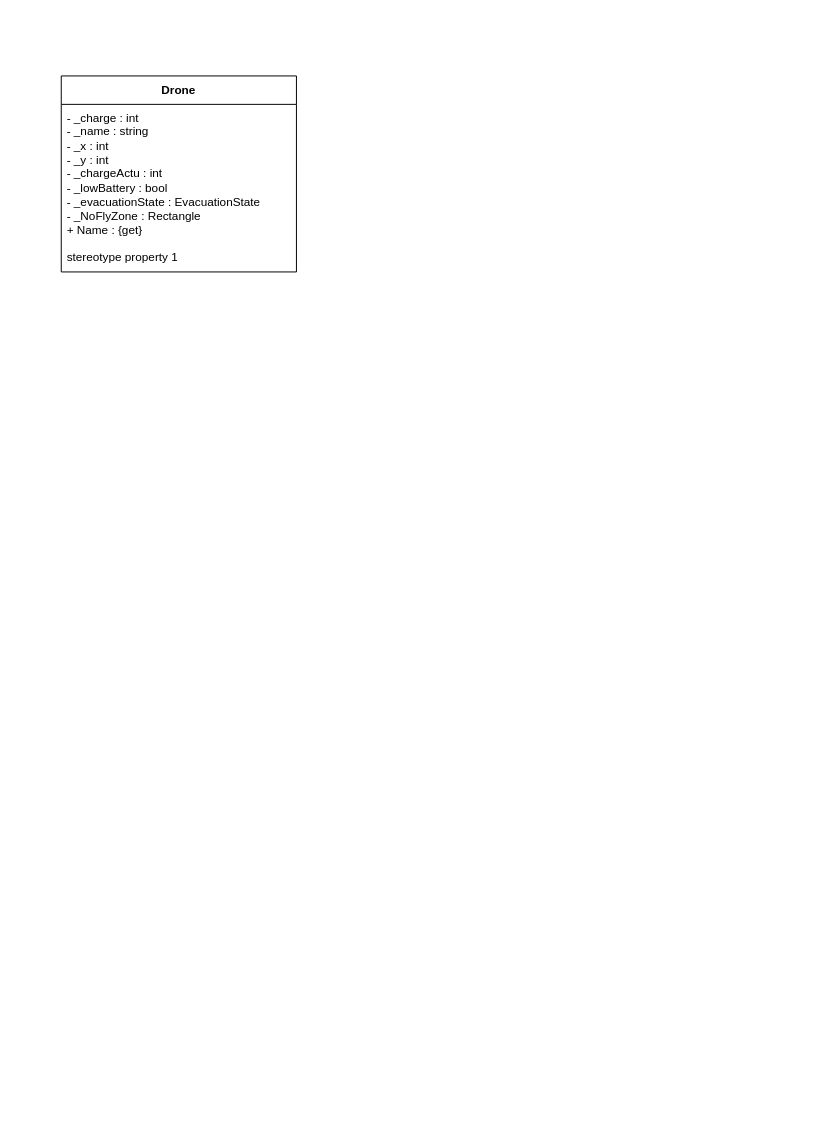
This is Personnel/Diagramme/DiagrammeDrones.drawio from EthanRotzette/320-POO, a draw.io file, before an edit. Source tidied: cells renumbered, new cells numbered last; positions are measured from the earlier drawing's top-left corner, leaving out a move shared by most shapes. Both pictures are drawn from the tidied source at 98%, with x=0, y=0 at pixel (61, 75).
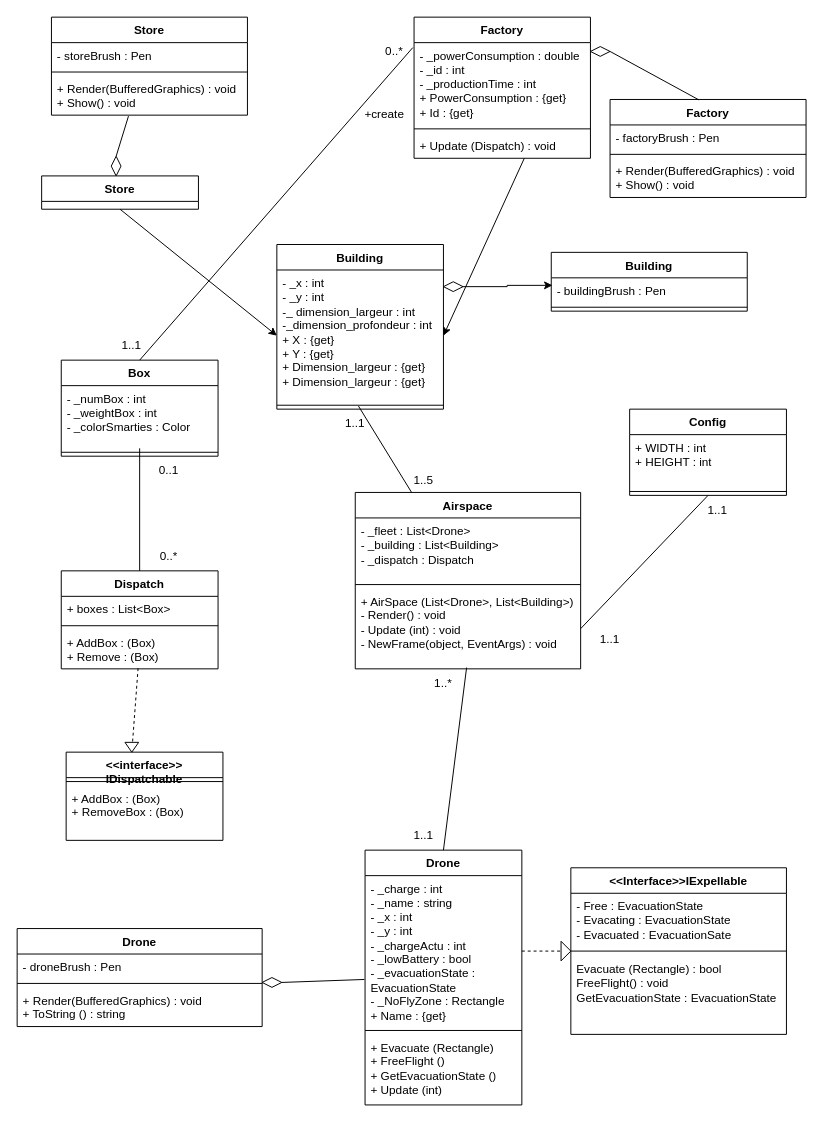
Above is the later version.

The edit, as a diff of the source:
```diff
@@
-    <mxCell id="2" value="Drone" style="swimlane;fontStyle=1;align=center;verticalAlign=middle;horizontal=1;startSize=29;html=1;whiteSpace=wrap;" parent="1" vertex="1">
-      <mxGeometry width="240" height="200" as="geometry" />
-    </mxCell>
+    <mxCell id="5" value="Box" style="swimlane;fontStyle=1;align=center;verticalAlign=top;horizontal=1;startSize=26;whiteSpace=wrap;html=1;" parent="1" vertex="1">
+      <mxGeometry y="290" width="160" height="98" as="geometry" />
+    </mxCell>
+    <mxCell id="6" value="- _numBox : int&lt;div&gt;- _weightBox : int&lt;/div&gt;&lt;div&gt;- _colorSmarties : Color&lt;/div&gt;" style="text;strokeColor=none;fillColor=none;align=left;verticalAlign=top;spacingLeft=4;spacingRight=4;overflow=hidden;whiteSpace=wrap;html=1;" parent="5" vertex="1">
+      <mxGeometry y="26" width="160" height="64" as="geometry" />
+    </mxCell>
+    <mxCell id="7" style="line;strokeWidth=1;fillColor=none;align=left;verticalAlign=middle;spacingTop=-1;spacingLeft=3;spacingRight=3;labelPosition=right;points=[];portConstraint=eastwest;strokeColor=inherit;" parent="5" vertex="1">
+      <mxGeometry y="90" width="160" height="8" as="geometry" />
+    </mxCell>
+    <mxCell id="8" value="Drone&lt;div&gt;&lt;br&gt;&lt;/div&gt;" style="swimlane;fontStyle=1;align=center;verticalAlign=top;horizontal=1;startSize=26;whiteSpace=wrap;html=1;" parent="1" vertex="1">
+      <mxGeometry x="310" y="790" width="160" height="260" as="geometry" />
+    </mxCell>
-    <mxCell id="3" value="- _charge : int&lt;div&gt;- _name : string&lt;/div&gt;&lt;div&gt;- _x : int&lt;/div&gt;&lt;div&gt;- _y : int&lt;/div&gt;&lt;div&gt;- _chargeActu : int&lt;/div&gt;&lt;div&gt;- _lowBattery : bool&lt;/div&gt;&lt;div&gt;- _evacuationState : EvacuationState&lt;/div&gt;&lt;div&gt;- _NoFlyZone : Rectangle&lt;/div&gt;&lt;div&gt;+ Name : {get}&lt;/div&gt;" style="text;html=1;strokeColor=none;fillColor=none;align=left;verticalAlign=middle;spacingLeft=4;spacingRight=4;overflow=hidden;points=[[0,0.5],[1,0.5]];portConstraint=eastwest;whiteSpace=wrap;" parent="2" vertex="1">
-      <mxGeometry y="29" width="240" height="141" as="geometry" />
+    <mxCell id="3" value="- _charge : int&lt;div&gt;- _name : string&lt;/div&gt;&lt;div&gt;- _x : int&lt;/div&gt;&lt;div&gt;- _y : int&lt;/div&gt;&lt;div&gt;- _chargeActu : int&lt;/div&gt;&lt;div&gt;- _lowBattery : bool&lt;/div&gt;&lt;div&gt;- _evacuationState : EvacuationState&lt;/div&gt;&lt;div&gt;- _NoFlyZone : Rectangle&lt;/div&gt;&lt;div&gt;+ Name : {get}&lt;/div&gt;" style="text;strokeColor=none;fillColor=none;align=left;verticalAlign=top;spacingLeft=4;spacingRight=4;overflow=hidden;points=[[0,0.5],[1,0.5]];portConstraint=eastwest;whiteSpace=wrap;html=1;" parent="8" vertex="1">
+      <mxGeometry y="26" width="160" height="154" as="geometry" />
     </mxCell>
-    <mxCell id="4" value="stereotype property 1" style="text;html=1;strokeColor=none;fillColor=none;align=left;verticalAlign=middle;spacingLeft=4;spacingRight=4;overflow=hidden;whiteSpace=wrap;" parent="2" vertex="1">
-      <mxGeometry y="170" width="240" height="30" as="geometry" />
-    </mxCell>
+    <mxCell id="9" style="line;strokeWidth=1;fillColor=none;align=left;verticalAlign=middle;spacingTop=-1;spacingLeft=3;spacingRight=3;labelPosition=right;strokeColor=inherit;" parent="8" vertex="1">
+      <mxGeometry y="180" width="160" height="8" as="geometry" />
+    </mxCell>
+    <mxCell id="10" value="+ Evacuate (Rectangle)&lt;div&gt;+ FreeFlight ()&lt;/div&gt;&lt;div&gt;+ GetEvacuationState ()&lt;/div&gt;&lt;div&gt;+ Update (int)&lt;/div&gt;" style="text;strokeColor=none;fillColor=none;align=left;verticalAlign=top;spacingLeft=4;spacingRight=4;overflow=hidden;whiteSpace=wrap;html=1;" parent="8" vertex="1">
+      <mxGeometry y="188" width="160" height="72" as="geometry" />
+    </mxCell>
+    <mxCell id="11" value="Building" style="swimlane;fontStyle=1;align=center;verticalAlign=top;horizontal=1;startSize=26;whiteSpace=wrap;html=1;" parent="1" vertex="1">
+      <mxGeometry x="220" y="172" width="170" height="168" as="geometry" />
+    </mxCell>
+    <mxCell id="12" value="- _x : int&lt;div&gt;- _y : int&lt;/div&gt;&lt;div&gt;-_ dimension_largeur : int&lt;/div&gt;&lt;div&gt;-_dimension_profondeur : int&lt;/div&gt;&lt;div&gt;+ X : {get}&lt;/div&gt;&lt;div&gt;+ Y : {get}&lt;/div&gt;&lt;div&gt;+ Dimension_largeur : {get}&lt;/div&gt;&lt;div&gt;+ Dimension_largeur : {get}&lt;/div&gt;" style="text;strokeColor=none;fillColor=none;align=left;verticalAlign=top;spacingLeft=4;spacingRight=4;overflow=hidden;points=[[0,0.5],[1,0.5]];portConstraint=eastwest;whiteSpace=wrap;html=1;" parent="11" vertex="1">
+      <mxGeometry y="26" width="170" height="134" as="geometry" />
+    </mxCell>
+    <mxCell id="13" style="line;strokeWidth=1;fillColor=none;align=left;verticalAlign=middle;spacingTop=-1;spacingLeft=3;spacingRight=3;labelPosition=right;points=[];portConstraint=eastwest;strokeColor=inherit;" parent="11" vertex="1">
+      <mxGeometry y="160" width="170" height="8" as="geometry" />
+    </mxCell>
+    <mxCell id="14" value="&amp;lt;&amp;lt;interface&amp;gt;&amp;gt;&lt;div&gt;IDispatchable&lt;/div&gt;" style="swimlane;fontStyle=1;align=center;verticalAlign=top;horizontal=1;startSize=26;whiteSpace=wrap;html=1;" parent="1" vertex="1">
+      <mxGeometry x="5" y="690" width="160" height="90" as="geometry" />
+    </mxCell>
+    <mxCell id="15" style="line;strokeWidth=1;fillColor=none;align=left;verticalAlign=middle;spacingTop=-1;spacingLeft=3;spacingRight=3;labelPosition=right;strokeColor=inherit;" parent="14" vertex="1">
+      <mxGeometry y="26" width="160" height="8" as="geometry" />
+    </mxCell>
+    <mxCell id="16" value="+ AddBox : (Box)&lt;div&gt;+ RemoveBox : (Box)&lt;/div&gt;" style="text;strokeColor=none;fillColor=none;align=left;verticalAlign=top;spacingLeft=4;spacingRight=4;overflow=hidden;whiteSpace=wrap;html=1;" parent="14" vertex="1">
+      <mxGeometry y="34" width="160" height="56" as="geometry" />
+    </mxCell>
+    <mxCell id="17" value="Factory" style="swimlane;fontStyle=1;align=center;verticalAlign=top;horizontal=1;startSize=26;whiteSpace=wrap;html=1;" parent="1" vertex="1">
+      <mxGeometry x="360" y="-60" width="180" height="144" as="geometry" />
+    </mxCell>
+    <mxCell id="18" value="- _powerConsumption : double&lt;div&gt;- _id : int&lt;/div&gt;&lt;div&gt;- _productionTime : int&lt;/div&gt;&lt;div&gt;+ PowerConsumption : {get}&lt;/div&gt;&lt;div&gt;+ Id : {get}&lt;/div&gt;" style="text;strokeColor=none;fillColor=none;align=left;verticalAlign=top;spacingLeft=4;spacingRight=4;overflow=hidden;points=[[0,0.5],[1,0.5]];portConstraint=eastwest;whiteSpace=wrap;html=1;" parent="17" vertex="1">
+      <mxGeometry y="26" width="180" height="84" as="geometry" />
+    </mxCell>
+    <mxCell id="19" style="line;strokeWidth=1;fillColor=none;align=left;verticalAlign=middle;spacingTop=-1;spacingLeft=3;spacingRight=3;labelPosition=right;strokeColor=inherit;" parent="17" vertex="1">
+      <mxGeometry y="110" width="180" height="8" as="geometry" />
+    </mxCell>
+    <mxCell id="20" value="+ Update (Dispatch) : void" style="text;strokeColor=none;fillColor=none;align=left;verticalAlign=top;spacingLeft=4;spacingRight=4;overflow=hidden;points=[[0,0.5],[1,0.5]];portConstraint=eastwest;whiteSpace=wrap;html=1;" parent="17" vertex="1">
+      <mxGeometry y="118" width="180" height="26" as="geometry" />
+    </mxCell>
+    <mxCell id="21" value="Dispatch" style="swimlane;fontStyle=1;align=center;verticalAlign=top;horizontal=1;startSize=26;whiteSpace=wrap;html=1;" parent="1" vertex="1">
+      <mxGeometry y="505" width="160" height="100" as="geometry" />
+    </mxCell>
+    <mxCell id="22" value="+ boxes : List&amp;lt;Box&amp;gt;" style="text;strokeColor=none;fillColor=none;align=left;verticalAlign=top;spacingLeft=4;spacingRight=4;overflow=hidden;whiteSpace=wrap;html=1;" parent="21" vertex="1">
+      <mxGeometry y="26" width="160" height="26" as="geometry" />
+    </mxCell>
+    <mxCell id="23" style="line;strokeWidth=1;fillColor=none;align=left;verticalAlign=middle;spacingTop=-1;spacingLeft=3;spacingRight=3;labelPosition=right;strokeColor=inherit;" parent="21" vertex="1">
+      <mxGeometry y="52" width="160" height="8" as="geometry" />
+    </mxCell>
+    <mxCell id="24" value="+ AddBox : (Box)&lt;div&gt;+ Remove : (Box)&lt;/div&gt;" style="text;strokeColor=none;fillColor=none;align=left;verticalAlign=top;spacingLeft=4;spacingRight=4;overflow=hidden;points=[[0,0.5],[1,0.5]];portConstraint=eastwest;whiteSpace=wrap;html=1;" parent="21" vertex="1">
+      <mxGeometry y="60" width="160" height="40" as="geometry" />
+    </mxCell>
+    <mxCell id="25" style="endArrow=none;html=1;rounded=0;entryX=0.5;entryY=0;entryDx=0;entryDy=0;exitX=0.5;exitY=0;exitDx=0;exitDy=0;exitPerimeter=0;" parent="1" edge="1" source="7" target="21">
+      <mxGeometry relative="1" as="geometry" />
+    </mxCell>
+    <mxCell id="26" value="0..*" style="text;strokeColor=none;align=center;fillColor=none;html=1;verticalAlign=middle;whiteSpace=wrap;rounded=0;" parent="1" vertex="1">
+      <mxGeometry x="80" y="475" width="60" height="30" as="geometry" />
+    </mxCell>
+    <mxCell id="27" value="0..1" style="text;strokeColor=none;align=center;fillColor=none;html=1;verticalAlign=middle;whiteSpace=wrap;rounded=0;" parent="1" vertex="1">
+      <mxGeometry x="80" y="388" width="60" height="30" as="geometry" />
+    </mxCell>
+    <mxCell id="28" value="Config" style="swimlane;fontStyle=1;align=center;verticalAlign=top;horizontal=1;startSize=26;whiteSpace=wrap;html=1;" parent="1" vertex="1">
+      <mxGeometry x="580" y="340" width="160" height="88" as="geometry" />
+    </mxCell>
+    <mxCell id="29" value="+ WIDTH : int&lt;div&gt;+ HEIGHT : int&lt;/div&gt;" style="text;strokeColor=none;fillColor=none;align=left;verticalAlign=top;spacingLeft=4;spacingRight=4;overflow=hidden;whiteSpace=wrap;html=1;" parent="28" vertex="1">
+      <mxGeometry y="26" width="160" height="54" as="geometry" />
+    </mxCell>
+    <mxCell id="30" style="line;strokeWidth=1;fillColor=none;align=left;verticalAlign=middle;spacingTop=-1;spacingLeft=3;spacingRight=3;labelPosition=right;strokeColor=inherit;" parent="28" vertex="1">
+      <mxGeometry y="80" width="160" height="8" as="geometry" />
+    </mxCell>
+    <mxCell id="31" value="Airspace" style="swimlane;fontStyle=1;align=center;verticalAlign=top;horizontal=1;startSize=26;whiteSpace=wrap;html=1;" parent="1" vertex="1">
+      <mxGeometry x="300" y="425" width="230" height="180" as="geometry" />
+    </mxCell>
+    <mxCell id="32" value="- _fleet : List&amp;lt;Drone&amp;gt;&lt;div&gt;- _building : List&amp;lt;Building&amp;gt;&lt;/div&gt;&lt;div&gt;- _dispatch : Dispatch&lt;/div&gt;" style="text;strokeColor=none;fillColor=none;align=left;verticalAlign=top;spacingLeft=4;spacingRight=4;overflow=hidden;whiteSpace=wrap;html=1;" parent="31" vertex="1">
+      <mxGeometry y="26" width="230" height="64" as="geometry" />
+    </mxCell>
+    <mxCell id="33" style="line;strokeWidth=1;fillColor=none;align=left;verticalAlign=middle;spacingTop=-1;spacingLeft=3;spacingRight=3;labelPosition=right;strokeColor=inherit;" parent="31" vertex="1">
+      <mxGeometry y="90" width="230" height="8" as="geometry" />
+    </mxCell>
+    <mxCell id="34" value="+ AirSpace (List&amp;lt;Drone&amp;gt;, List&amp;lt;Building&amp;gt;)&lt;div&gt;- Render() : void&lt;/div&gt;&lt;div&gt;- Update (int) : void&lt;/div&gt;&lt;div&gt;- NewFrame(object, EventArgs) : void&lt;/div&gt;" style="text;strokeColor=none;fillColor=none;align=left;verticalAlign=top;spacingLeft=4;spacingRight=4;overflow=hidden;points=[[0,0.5],[1,0.5]];portConstraint=eastwest;whiteSpace=wrap;html=1;" parent="31" vertex="1">
+      <mxGeometry y="98" width="230" height="82" as="geometry" />
+    </mxCell>
+    <mxCell id="35" value="&amp;lt;&amp;lt;Interface&amp;gt;&amp;gt;IExpellable" style="swimlane;fontStyle=1;align=center;verticalAlign=top;horizontal=1;startSize=26;whiteSpace=wrap;html=1;" parent="1" vertex="1">
+      <mxGeometry x="520" y="808" width="220" height="170" as="geometry" />
+    </mxCell>
+    <mxCell id="36" value="- Free : EvacuationState&lt;div&gt;- Evacating : EvacuationState&lt;/div&gt;&lt;div&gt;- Evacuated : EvacuationSate&lt;/div&gt;" style="text;strokeColor=none;fillColor=none;align=left;verticalAlign=top;spacingLeft=4;spacingRight=4;overflow=hidden;whiteSpace=wrap;html=1;" parent="35" vertex="1">
+      <mxGeometry y="26" width="220" height="54" as="geometry" />
+    </mxCell>
+    <mxCell id="37" style="line;strokeWidth=1;fillColor=none;align=left;verticalAlign=middle;spacingTop=-1;spacingLeft=3;spacingRight=3;labelPosition=right;strokeColor=inherit;" parent="35" vertex="1">
+      <mxGeometry y="80" width="220" height="10" as="geometry" />
+    </mxCell>
+    <mxCell id="38" value="Evacuate (Rectangle) : bool&lt;div&gt;FreeFlight() : void&lt;/div&gt;&lt;div&gt;GetEvacuationState : EvacuationState&lt;/div&gt;" style="text;strokeColor=none;fillColor=none;align=left;verticalAlign=top;spacingLeft=4;spacingRight=4;overflow=hidden;whiteSpace=wrap;html=1;" parent="35" vertex="1">
+      <mxGeometry y="90" width="220" height="80" as="geometry" />
+    </mxCell>
+    <mxCell id="39" value="Store" style="swimlane;fontStyle=1;align=center;verticalAlign=top;horizontal=1;startSize=26;whiteSpace=wrap;html=1;" parent="1" vertex="1">
+      <mxGeometry x="-20" y="102" width="160" height="34" as="geometry" />
+    </mxCell>
+    <mxCell id="40" style="endArrow=none;dashed=1;html=1;rounded=0;exitX=1;exitY=0.5;exitDx=0;exitDy=0;entryX=0;entryY=0.5;entryDx=0;entryDy=0;" parent="1" edge="1" source="3" target="35">
+      <mxGeometry relative="1" as="geometry" />
+    </mxCell>
+    <mxCell id="41" style="triangle;whiteSpace=wrap;html=1;" parent="1" vertex="1">
+      <mxGeometry x="510" y="883" width="10" height="20" as="geometry" />
+    </mxCell>
+    <mxCell id="42" style="endArrow=none;dashed=1;html=1;rounded=0;entryX=1;entryY=0.5;entryDx=0;entryDy=0;exitX=0.49;exitY=0.983;exitDx=0;exitDy=0;exitPerimeter=0;" parent="1" edge="1" source="24" target="43">
+      <mxGeometry relative="1" as="geometry" />
+    </mxCell>
+    <mxCell id="43" style="triangle;whiteSpace=wrap;html=1;direction=south;" parent="1" vertex="1">
+      <mxGeometry x="65" y="680" width="14" height="10" as="geometry" />
+    </mxCell>
+    <mxCell id="44" value="Drone" style="swimlane;fontStyle=1;align=center;verticalAlign=top;horizontal=1;startSize=26;whiteSpace=wrap;html=1;" parent="1" vertex="1">
+      <mxGeometry x="-45" y="870" width="250" height="100" as="geometry" />
+    </mxCell>
+    <mxCell id="45" value="- droneBrush : Pen" style="text;strokeColor=none;fillColor=none;align=left;verticalAlign=top;spacingLeft=4;spacingRight=4;overflow=hidden;whiteSpace=wrap;html=1;" parent="44" vertex="1">
+      <mxGeometry y="26" width="250" height="26" as="geometry" />
+    </mxCell>
+    <mxCell id="46" style="line;strokeWidth=1;fillColor=none;align=left;verticalAlign=middle;spacingTop=-1;spacingLeft=3;spacingRight=3;labelPosition=right;strokeColor=inherit;" parent="44" vertex="1">
+      <mxGeometry y="52" width="250" height="8" as="geometry" />
+    </mxCell>
+    <mxCell id="47" value="+ Render(BufferedGraphics) : void&lt;div&gt;+ ToString () : string&lt;/div&gt;" style="text;strokeColor=none;fillColor=none;align=left;verticalAlign=top;spacingLeft=4;spacingRight=4;overflow=hidden;whiteSpace=wrap;html=1;" parent="44" vertex="1">
+      <mxGeometry y="60" width="250" height="40" as="geometry" />
+    </mxCell>
+    <mxCell id="48" style="rhombus;whiteSpace=wrap;html=1;fillColor=none;" parent="1" vertex="1">
+      <mxGeometry x="205" y="920" width="20" height="10" as="geometry" />
+    </mxCell>
+    <mxCell id="49" style="endArrow=none;html=1;rounded=0;exitX=1;exitY=0.5;exitDx=0;exitDy=0;entryX=-0.004;entryY=0.688;entryDx=0;entryDy=0;entryPerimeter=0;" parent="1" edge="1" source="48" target="3">
+      <mxGeometry relative="1" as="geometry" />
+    </mxCell>
+    <mxCell id="50" style="endArrow=classic;html=1;rounded=0;entryX=0;entryY=0.5;entryDx=0;entryDy=0;exitX=0.5;exitY=1;exitDx=0;exitDy=0;" parent="1" edge="1" source="39" target="12">
+      <mxGeometry relative="1" as="geometry" />
+    </mxCell>
+    <mxCell id="51" style="endArrow=classic;html=1;rounded=0;exitX=0.625;exitY=1;exitDx=0;exitDy=0;exitPerimeter=0;entryX=1;entryY=0.5;entryDx=0;entryDy=0;" parent="1" edge="1" source="20" target="12">
+      <mxGeometry relative="1" as="geometry" />
+    </mxCell>
+    <mxCell id="52" value="Factory" style="swimlane;fontStyle=1;align=center;verticalAlign=top;horizontal=1;startSize=26;whiteSpace=wrap;html=1;" parent="1" vertex="1">
+      <mxGeometry x="560" y="24" width="200" height="100" as="geometry" />
+    </mxCell>
+    <mxCell id="53" value="- factoryBrush : Pen" style="text;strokeColor=none;fillColor=none;align=left;verticalAlign=top;spacingLeft=4;spacingRight=4;overflow=hidden;whiteSpace=wrap;html=1;" parent="52" vertex="1">
+      <mxGeometry y="26" width="200" height="26" as="geometry" />
+    </mxCell>
+    <mxCell id="54" style="line;strokeWidth=1;fillColor=none;align=left;verticalAlign=middle;spacingTop=-1;spacingLeft=3;spacingRight=3;labelPosition=right;strokeColor=inherit;" parent="52" vertex="1">
+      <mxGeometry y="52" width="200" height="8" as="geometry" />
+    </mxCell>
+    <mxCell id="55" value="+ Render(BufferedGraphics) : void&lt;div&gt;+ Show() : void&amp;nbsp;&lt;/div&gt;" style="text;strokeColor=none;fillColor=none;align=left;verticalAlign=top;spacingLeft=4;spacingRight=4;overflow=hidden;whiteSpace=wrap;html=1;" parent="52" vertex="1">
+      <mxGeometry y="60" width="200" height="40" as="geometry" />
+    </mxCell>
+    <mxCell id="56" style="rhombus;whiteSpace=wrap;html=1;" parent="1" vertex="1">
+      <mxGeometry x="540" y="-30" width="20" height="10" as="geometry" />
+    </mxCell>
+    <mxCell id="57" style="endArrow=none;html=1;rounded=0;exitX=1;exitY=0.5;exitDx=0;exitDy=0;entryX=0.454;entryY=0.005;entryDx=0;entryDy=0;entryPerimeter=0;" parent="1" edge="1" source="56" target="52">
+      <mxGeometry relative="1" as="geometry" />
+    </mxCell>
+    <mxCell id="58" style="rhombus;whiteSpace=wrap;html=1;direction=south;" parent="1" vertex="1">
+      <mxGeometry x="51" y="82" width="10" height="20" as="geometry" />
+    </mxCell>
+    <mxCell id="59" value="Store" style="swimlane;fontStyle=1;align=center;verticalAlign=top;horizontal=1;startSize=26;whiteSpace=wrap;html=1;" parent="1" vertex="1">
+      <mxGeometry x="-10" y="-60" width="200" height="100" as="geometry" />
+    </mxCell>
+    <mxCell id="60" value="- storeBrush : Pen" style="text;strokeColor=none;fillColor=none;align=left;verticalAlign=top;spacingLeft=4;spacingRight=4;overflow=hidden;whiteSpace=wrap;html=1;" parent="59" vertex="1">
+      <mxGeometry y="26" width="200" height="26" as="geometry" />
+    </mxCell>
+    <mxCell id="61" style="line;strokeWidth=1;fillColor=none;align=left;verticalAlign=middle;spacingTop=-1;spacingLeft=3;spacingRight=3;labelPosition=right;strokeColor=inherit;" parent="59" vertex="1">
+      <mxGeometry y="52" width="200" height="8" as="geometry" />
+    </mxCell>
+    <mxCell id="62" value="+ Render(BufferedGraphics) : void&lt;div&gt;+ Show() : void&amp;nbsp;&lt;/div&gt;" style="text;strokeColor=none;fillColor=none;align=left;verticalAlign=top;spacingLeft=4;spacingRight=4;overflow=hidden;points=[[0,0.5],[1,0.5]];portConstraint=eastwest;whiteSpace=wrap;html=1;" parent="59" vertex="1">
+      <mxGeometry y="60" width="200" height="40" as="geometry" />
+    </mxCell>
+    <mxCell id="63" style="endArrow=none;html=1;rounded=0;exitX=0;exitY=0.5;exitDx=0;exitDy=0;entryX=0.393;entryY=1.025;entryDx=0;entryDy=0;entryPerimeter=0;" parent="1" edge="1" source="58" target="62">
+      <mxGeometry relative="1" as="geometry" />
+    </mxCell>
+    <mxCell id="64" value="Building" style="swimlane;fontStyle=1;align=center;verticalAlign=top;horizontal=1;startSize=26;whiteSpace=wrap;html=1;" parent="1" vertex="1">
+      <mxGeometry x="500" y="180" width="200" height="60" as="geometry" />
+    </mxCell>
+    <mxCell id="65" value="- buildingBrush : Pen" style="text;strokeColor=none;fillColor=none;align=left;verticalAlign=top;spacingLeft=4;spacingRight=4;overflow=hidden;points=[[0,0.5],[1,0.5]];portConstraint=eastwest;whiteSpace=wrap;html=1;" parent="64" vertex="1">
+      <mxGeometry y="26" width="200" height="26" as="geometry" />
+    </mxCell>
+    <mxCell id="66" style="line;strokeWidth=1;fillColor=none;align=left;verticalAlign=middle;spacingTop=-1;spacingLeft=3;spacingRight=3;labelPosition=right;strokeColor=inherit;" parent="64" vertex="1">
+      <mxGeometry y="52" width="200" height="8" as="geometry" />
+    </mxCell>
+    <mxCell id="67" style="rhombus;whiteSpace=wrap;html=1;" parent="1" vertex="1">
+      <mxGeometry x="390" y="210" width="20" height="10" as="geometry" />
+    </mxCell>
+    <mxCell id="68" style="edgeStyle=orthogonalEdgeStyle;rounded=0;jettySize=auto;html=1;exitX=1;exitY=0.5;exitDx=0;exitDy=0;entryX=0.006;entryY=0.295;entryDx=0;entryDy=0;entryPerimeter=0;" parent="1" edge="1" source="67" target="65">
+      <mxGeometry relative="1" as="geometry" />
+    </mxCell>
+    <mxCell id="69" style="endArrow=none;html=1;rounded=0;exitX=0.5;exitY=0;exitDx=0;exitDy=0;entryX=-0.007;entryY=0.06;entryDx=0;entryDy=0;entryPerimeter=0;" parent="1" edge="1" source="5" target="18">
+      <mxGeometry relative="1" as="geometry" />
+    </mxCell>
+    <mxCell id="70" value="0..*" style="text;strokeColor=none;align=center;fillColor=none;html=1;verticalAlign=middle;whiteSpace=wrap;rounded=0;" parent="1" vertex="1">
+      <mxGeometry x="310" y="-40" width="60" height="30" as="geometry" />
+    </mxCell>
+    <mxCell id="71" value="+create" style="text;strokeColor=none;align=center;fillColor=none;html=1;verticalAlign=middle;whiteSpace=wrap;rounded=0;" parent="1" vertex="1">
+      <mxGeometry x="300" y="24" width="60" height="30" as="geometry" />
+    </mxCell>
+    <mxCell id="72" value="1..1" style="text;strokeColor=none;align=center;fillColor=none;html=1;verticalAlign=middle;whiteSpace=wrap;rounded=0;" parent="1" vertex="1">
+      <mxGeometry x="42" y="260" width="60" height="30" as="geometry" />
+    </mxCell>
+    <mxCell id="73" style="endArrow=none;html=1;rounded=0;exitX=0.5;exitY=0;exitDx=0;exitDy=0;entryX=0.494;entryY=0.984;entryDx=0;entryDy=0;entryPerimeter=0;" parent="1" edge="1" source="8" target="34">
+      <mxGeometry relative="1" as="geometry" />
+    </mxCell>
+    <mxCell id="74" style="endArrow=none;html=1;rounded=0;exitX=0.5;exitY=1;exitDx=0;exitDy=0;entryX=1;entryY=0.5;entryDx=0;entryDy=0;" parent="1" edge="1" source="28" target="34">
+      <mxGeometry relative="1" as="geometry" />
+    </mxCell>
+    <mxCell id="75" style="endArrow=none;html=1;rounded=0;exitX=0.25;exitY=0;exitDx=0;exitDy=0;entryX=0.49;entryY=0.606;entryDx=0;entryDy=0;entryPerimeter=0;" parent="1" edge="1" source="31" target="13">
+      <mxGeometry relative="1" as="geometry" />
+    </mxCell>
+    <mxCell id="76" value="1..1" style="text;strokeColor=none;align=center;fillColor=none;html=1;verticalAlign=middle;whiteSpace=wrap;rounded=0;" parent="1" vertex="1">
+      <mxGeometry x="640" y="428" width="60" height="30" as="geometry" />
+    </mxCell>
+    <mxCell id="77" value="1..1" style="text;strokeColor=none;align=center;fillColor=none;html=1;verticalAlign=middle;whiteSpace=wrap;rounded=0;" parent="1" vertex="1">
+      <mxGeometry x="530" y="560" width="60" height="30" as="geometry" />
+    </mxCell>
+    <mxCell id="78" value="1..*" style="text;strokeColor=none;align=center;fillColor=none;html=1;verticalAlign=middle;whiteSpace=wrap;rounded=0;" parent="1" vertex="1">
+      <mxGeometry x="360" y="605" width="60" height="30" as="geometry" />
+    </mxCell>
+    <mxCell id="79" value="1..1" style="text;strokeColor=none;align=center;fillColor=none;html=1;verticalAlign=middle;whiteSpace=wrap;rounded=0;" parent="1" vertex="1">
+      <mxGeometry x="340" y="760" width="60" height="30" as="geometry" />
+    </mxCell>
+    <mxCell id="80" value="1..5" style="text;strokeColor=none;align=center;fillColor=none;html=1;verticalAlign=middle;whiteSpace=wrap;rounded=0;" parent="1" vertex="1">
+      <mxGeometry x="340" y="398" width="60" height="30" as="geometry" />
+    </mxCell>
+    <mxCell id="81" value="1..1" style="text;strokeColor=none;align=center;fillColor=none;html=1;verticalAlign=middle;whiteSpace=wrap;rounded=0;" parent="1" vertex="1">
+      <mxGeometry x="270" y="340" width="60" height="30" as="geometry" />
+    </mxCell>
```
